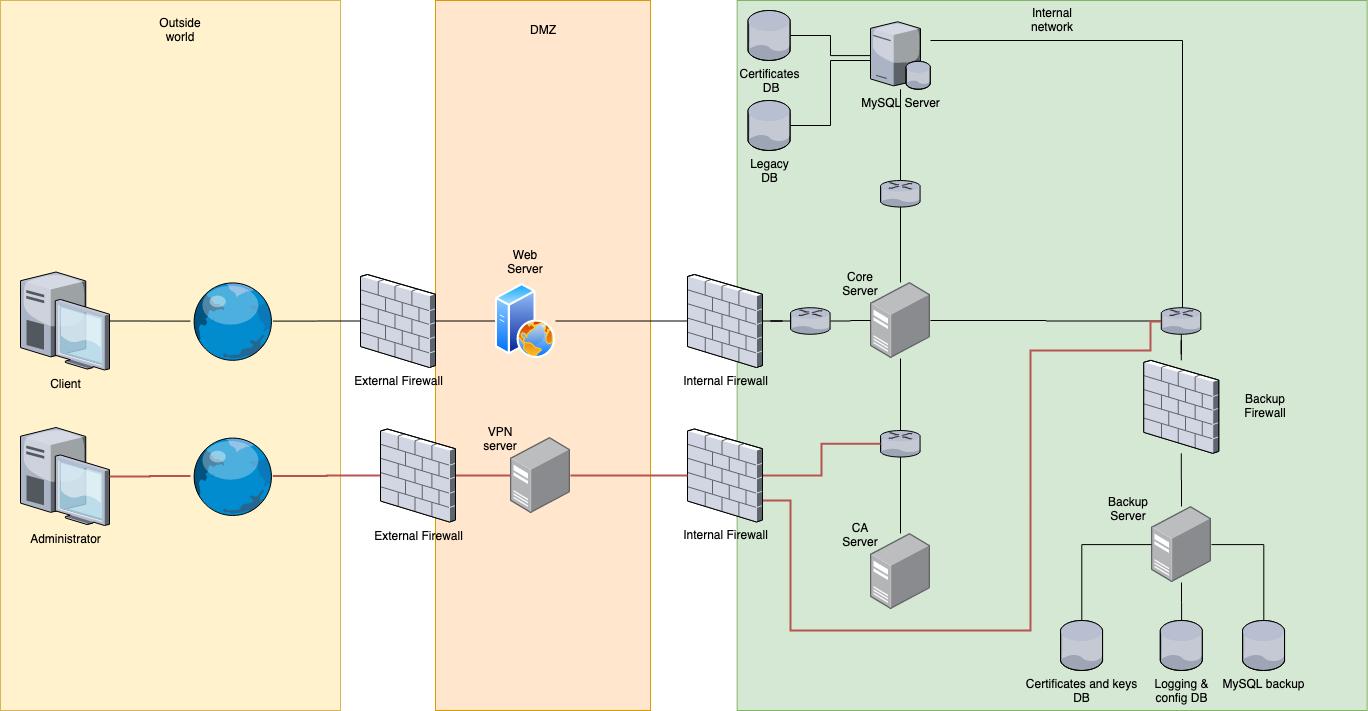
The draw.io diagram doc/network_plan/sketch_network.png in ManuelMeinen/Applied-Security-Lab, before a commit. Source tidied: cells renumbered, new cells last; positions are measured from the earlier drawing's top-left corner, leaving out a move shared by most shapes. The source it was exported from:
```xml
<mxGraphModel>
  <root>
    <mxCell id="0" style="html=1;" />
    <mxCell id="1" style="html=1;" parent="0" />
    <mxCell id="2" style="rounded=0;whiteSpace=wrap;html=1;fillColor=#fff2cc;strokeColor=#d6b656;" parent="1" vertex="1">
      <mxGeometry width="340" height="710" as="geometry" />
    </mxCell>
    <mxCell id="3" style="rounded=0;whiteSpace=wrap;html=1;fillColor=#d5e8d4;strokeColor=#82b366;" parent="1" vertex="1">
      <mxGeometry x="736.7" width="630" height="710" as="geometry" />
    </mxCell>
    <mxCell id="4" style="rounded=0;whiteSpace=wrap;html=1;fillColor=#ffe6cc;strokeColor=#d79b00;" parent="1" vertex="1">
      <mxGeometry x="435" width="215" height="710" as="geometry" />
    </mxCell>
    <mxCell id="5" style="edgeStyle=orthogonalEdgeStyle;rounded=0;jettySize=auto;html=1;endArrow=none;endFill=0;" parent="1" edge="1" source="6" target="27">
      <mxGeometry relative="1" as="geometry" />
    </mxCell>
    <mxCell id="6" value="Client" style="verticalLabelPosition=bottom;html=1;verticalAlign=top;strokeColor=none;align=center;outlineConnect=0;shape=mxgraph.citrix.desktop;" parent="1" vertex="1">
      <mxGeometry x="20" y="271.5" width="89" height="98" as="geometry" />
    </mxCell>
    <mxCell id="7" style="edgeStyle=orthogonalEdgeStyle;rounded=0;jettySize=auto;html=1;endArrow=none;endFill=0;" parent="1" edge="1" source="8" target="67">
      <mxGeometry relative="1" as="geometry" />
    </mxCell>
    <mxCell id="8" value="External Firewall" style="verticalLabelPosition=bottom;html=1;verticalAlign=top;strokeColor=none;align=center;outlineConnect=0;shape=mxgraph.citrix.firewall;" parent="1" vertex="1">
      <mxGeometry x="360" y="274" width="75" height="93" as="geometry" />
    </mxCell>
    <mxCell id="9" style="edgeStyle=orthogonalEdgeStyle;rounded=0;jettySize=auto;html=1;endArrow=none;endFill=0;" parent="1" edge="1" source="67" target="22">
      <mxGeometry relative="1" as="geometry" />
    </mxCell>
    <mxCell id="10" value="DMZ" style="text;html=1;strokeColor=none;fillColor=none;align=center;verticalAlign=middle;whiteSpace=wrap;rounded=0;" parent="1" vertex="1">
      <mxGeometry x="522.5" y="20" width="40" height="20" as="geometry" />
    </mxCell>
    <mxCell id="11" style="edgeStyle=orthogonalEdgeStyle;rounded=0;jettySize=auto;html=1;endArrow=none;endFill=0;" parent="1" edge="1" source="13" target="19">
      <mxGeometry relative="1" as="geometry" />
    </mxCell>
    <mxCell id="12" style="edgeStyle=orthogonalEdgeStyle;rounded=0;jettySize=auto;html=1;endArrow=none;endFill=0;" parent="1" edge="1" source="13" target="32">
      <mxGeometry relative="1" as="geometry">
        <Array as="points">
          <mxPoint x="1182" y="40" />
        </Array>
      </mxGeometry>
    </mxCell>
    <mxCell id="13" value="&lt;div&gt;MySQL Server&lt;/div&gt;&lt;div&gt;&lt;br&gt;&lt;/div&gt;" style="verticalLabelPosition=bottom;html=1;verticalAlign=top;strokeColor=none;align=center;outlineConnect=0;shape=mxgraph.citrix.database_server;" parent="1" vertex="1">
      <mxGeometry x="870" y="21.2" width="60" height="67.5" as="geometry" />
    </mxCell>
    <mxCell id="14" value="Internal network" style="text;html=1;strokeColor=none;fillColor=none;align=center;verticalAlign=middle;whiteSpace=wrap;rounded=0;" parent="1" vertex="1">
      <mxGeometry x="1031.7" y="10" width="40" height="20" as="geometry" />
    </mxCell>
    <mxCell id="15" style="edgeStyle=orthogonalEdgeStyle;rounded=0;orthogonalLoop=1;jettySize=auto;html=1;endArrow=none;endFill=0;" parent="1" edge="1">
      <mxGeometry relative="1" as="geometry">
        <mxPoint x="799.3" y="626" as="targetPoint" />
      </mxGeometry>
    </mxCell>
    <mxCell id="16" style="group;" parent="1" vertex="1">
      <mxGeometry x="840" y="274" width="90" height="84" as="geometry" />
    </mxCell>
    <mxCell id="17" style="points=[];html=1;align=center;shadow=0;dashed=0;image;image=img/lib/allied_telesis/computer_and_terminals/Server_Desktop.svg;" parent="16" vertex="1">
      <mxGeometry x="30" y="7.9" width="60" height="76.1" as="geometry" />
    </mxCell>
    <mxCell id="18" value="Core Server" style="text;html=1;strokeColor=none;fillColor=none;align=center;verticalAlign=middle;whiteSpace=wrap;rounded=0;" parent="16" vertex="1">
      <mxGeometry width="40" height="20" as="geometry" />
    </mxCell>
    <mxCell id="19" style="verticalLabelPosition=bottom;html=1;verticalAlign=top;strokeColor=none;align=center;outlineConnect=0;shape=mxgraph.citrix.router;" parent="1" vertex="1">
      <mxGeometry x="880" y="180" width="40" height="26.6" as="geometry" />
    </mxCell>
    <mxCell id="20" style="edgeStyle=orthogonalEdgeStyle;rounded=0;jettySize=auto;html=1;endArrow=none;endFill=0;" parent="1" edge="1" source="17" target="19">
      <mxGeometry relative="1" as="geometry" />
    </mxCell>
    <mxCell id="21" style="edgeStyle=orthogonalEdgeStyle;rounded=0;orthogonalLoop=1;jettySize=auto;html=1;endArrow=none;endFill=0;" parent="1" edge="1">
      <mxGeometry relative="1" as="geometry">
        <mxPoint x="900" y="462.5" as="sourcePoint" />
      </mxGeometry>
    </mxCell>
    <mxCell id="22" value="Internal Firewall" style="verticalLabelPosition=bottom;html=1;verticalAlign=top;strokeColor=none;align=center;outlineConnect=0;shape=mxgraph.citrix.firewall;" parent="1" vertex="1">
      <mxGeometry x="687" y="274" width="75" height="93" as="geometry" />
    </mxCell>
    <mxCell id="23" value="Outside world" style="text;html=1;strokeColor=none;fillColor=none;align=center;verticalAlign=middle;whiteSpace=wrap;rounded=0;" parent="1" vertex="1">
      <mxGeometry x="160" y="20" width="40" height="20" as="geometry" />
    </mxCell>
    <mxCell id="24" style="edgeStyle=orthogonalEdgeStyle;rounded=0;orthogonalLoop=1;jettySize=auto;html=1;endArrow=none;endFill=0;" parent="1" edge="1">
      <mxGeometry relative="1" as="geometry">
        <mxPoint x="900.1" y="626" as="targetPoint" />
      </mxGeometry>
    </mxCell>
    <mxCell id="25" style="edgeStyle=orthogonalEdgeStyle;rounded=0;orthogonalLoop=1;jettySize=auto;html=1;endArrow=none;endFill=0;" parent="1" edge="1">
      <mxGeometry relative="1" as="geometry">
        <mxPoint x="930" y="564.1" as="sourcePoint" />
      </mxGeometry>
    </mxCell>
    <mxCell id="26" style="edgeStyle=orthogonalEdgeStyle;rounded=0;jettySize=auto;html=1;endArrow=none;endFill=0;" parent="1" edge="1" source="27" target="8">
      <mxGeometry relative="1" as="geometry" />
    </mxCell>
    <mxCell id="27" style="verticalLabelPosition=bottom;html=1;verticalAlign=top;strokeColor=none;align=center;outlineConnect=0;shape=mxgraph.citrix.globe;" parent="1" vertex="1">
      <mxGeometry x="190" y="281.2" width="82.3" height="78.7" as="geometry" />
    </mxCell>
    <mxCell id="28" style="group;" parent="1" vertex="1">
      <mxGeometry x="840" y="525" width="90" height="84" as="geometry" />
    </mxCell>
    <mxCell id="29" style="points=[];html=1;align=center;shadow=0;dashed=0;image;image=img/lib/allied_telesis/computer_and_terminals/Server_Desktop.svg;" parent="28" vertex="1">
      <mxGeometry x="30" y="7.9" width="60" height="76.1" as="geometry" />
    </mxCell>
    <mxCell id="30" value="CA&lt;br&gt;Server" style="text;html=1;strokeColor=none;fillColor=none;align=center;verticalAlign=middle;whiteSpace=wrap;rounded=0;" parent="28" vertex="1">
      <mxGeometry width="40" height="20" as="geometry" />
    </mxCell>
    <mxCell id="31" style="edgeStyle=orthogonalEdgeStyle;rounded=0;jettySize=auto;html=1;endArrow=none;endFill=0;" parent="1" edge="1" source="32" target="59">
      <mxGeometry relative="1" as="geometry" />
    </mxCell>
    <mxCell id="32" style="verticalLabelPosition=bottom;html=1;verticalAlign=top;strokeColor=none;align=center;outlineConnect=0;shape=mxgraph.citrix.router;" parent="1" vertex="1">
      <mxGeometry x="1160.8" y="307.2" width="40" height="26.6" as="geometry" />
    </mxCell>
    <mxCell id="33" value="Certificates and keys&lt;br&gt;DB" style="verticalLabelPosition=bottom;html=1;verticalAlign=top;strokeColor=none;align=center;outlineConnect=0;shape=mxgraph.citrix.database;" parent="1" vertex="1">
      <mxGeometry x="1060" y="620" width="42.5" height="50" as="geometry" />
    </mxCell>
    <mxCell id="34" value="Logging &amp;amp;&lt;br&gt;config DB" style="verticalLabelPosition=bottom;html=1;verticalAlign=top;strokeColor=none;align=center;outlineConnect=0;shape=mxgraph.citrix.database;" parent="1" vertex="1">
      <mxGeometry x="1159.8" y="620" width="42.5" height="50" as="geometry" />
    </mxCell>
    <mxCell id="35" style="group;" parent="1" vertex="1">
      <mxGeometry x="1108" y="499" width="103" height="83" as="geometry" />
    </mxCell>
    <mxCell id="36" style="points=[];html=1;align=center;shadow=0;dashed=0;image;image=img/lib/allied_telesis/computer_and_terminals/Server_Desktop.svg;" parent="35" vertex="1">
      <mxGeometry x="43" y="7" width="60" height="76.1" as="geometry" />
    </mxCell>
    <mxCell id="37" value="Backup Server" style="text;html=1;strokeColor=none;fillColor=none;align=center;verticalAlign=middle;whiteSpace=wrap;rounded=0;" parent="35" vertex="1">
      <mxGeometry width="40" height="20" as="geometry" />
    </mxCell>
    <mxCell id="38" value="MySQL backup" style="verticalLabelPosition=bottom;html=1;verticalAlign=top;strokeColor=none;align=center;outlineConnect=0;shape=mxgraph.citrix.database;" parent="1" vertex="1">
      <mxGeometry x="1242" y="620" width="42.5" height="50" as="geometry" />
    </mxCell>
    <mxCell id="39" style="edgeStyle=orthogonalEdgeStyle;rounded=0;jettySize=auto;html=1;endArrow=none;endFill=0;" parent="1" edge="1" source="17" target="32">
      <mxGeometry relative="1" as="geometry" />
    </mxCell>
    <mxCell id="40" style="edgeStyle=orthogonalEdgeStyle;rounded=0;jettySize=auto;html=1;endArrow=none;endFill=0;" parent="1" edge="1" source="59" target="36">
      <mxGeometry relative="1" as="geometry" />
    </mxCell>
    <mxCell id="41" style="edgeStyle=orthogonalEdgeStyle;rounded=0;jettySize=auto;html=1;endArrow=none;endFill=0;" parent="1" edge="1" source="36" target="33">
      <mxGeometry relative="1" as="geometry" />
    </mxCell>
    <mxCell id="42" style="edgeStyle=orthogonalEdgeStyle;rounded=0;jettySize=auto;html=1;endArrow=none;endFill=0;" parent="1" edge="1" source="36" target="34">
      <mxGeometry relative="1" as="geometry" />
    </mxCell>
    <mxCell id="43" style="edgeStyle=orthogonalEdgeStyle;rounded=0;jettySize=auto;html=1;endArrow=none;endFill=0;" parent="1" edge="1" source="36" target="38">
      <mxGeometry relative="1" as="geometry" />
    </mxCell>
    <mxCell id="44" style="edgeStyle=orthogonalEdgeStyle;rounded=0;jettySize=auto;html=1;endArrow=none;endFill=0;" parent="1" edge="1" source="45" target="17">
      <mxGeometry relative="1" as="geometry" />
    </mxCell>
    <mxCell id="45" style="verticalLabelPosition=bottom;html=1;verticalAlign=top;strokeColor=none;align=center;outlineConnect=0;shape=mxgraph.citrix.router;" parent="1" vertex="1">
      <mxGeometry x="880" y="430" width="40" height="26.6" as="geometry" />
    </mxCell>
    <mxCell id="46" style="edgeStyle=orthogonalEdgeStyle;rounded=0;jettySize=auto;html=1;endArrow=none;endFill=0;" parent="1" edge="1" source="29" target="45">
      <mxGeometry relative="1" as="geometry" />
    </mxCell>
    <mxCell id="47" style="group;" parent="1" vertex="1">
      <mxGeometry x="480" y="429" width="90" height="84" as="geometry" />
    </mxCell>
    <mxCell id="48" style="points=[];html=1;align=center;shadow=0;dashed=0;image;image=img/lib/allied_telesis/computer_and_terminals/Server_Desktop.svg;" parent="47" vertex="1">
      <mxGeometry x="30" y="7.9" width="60" height="76.1" as="geometry" />
    </mxCell>
    <mxCell id="49" value="VPN server" style="text;html=1;strokeColor=none;fillColor=none;align=center;verticalAlign=middle;whiteSpace=wrap;rounded=0;" parent="47" vertex="1">
      <mxGeometry width="40" height="20" as="geometry" />
    </mxCell>
    <mxCell id="50" style="edgeStyle=orthogonalEdgeStyle;rounded=0;jettySize=auto;html=1;endArrow=none;endFill=0;fillColor=#f8cecc;strokeColor=#b85450;strokeWidth=2;" parent="1" edge="1" source="52" target="45">
      <mxGeometry relative="1" as="geometry" />
    </mxCell>
    <mxCell id="51" style="edgeStyle=orthogonalEdgeStyle;rounded=0;jettySize=auto;html=1;endArrow=none;endFill=0;strokeWidth=2;fillColor=#f8cecc;strokeColor=#b85450;" parent="1" edge="1" source="52" target="32">
      <mxGeometry relative="1" as="geometry">
        <Array as="points">
          <mxPoint x="790" y="500" />
          <mxPoint x="790" y="630" />
          <mxPoint x="1030" y="630" />
          <mxPoint x="1030" y="350" />
          <mxPoint x="1150" y="350" />
          <mxPoint x="1150" y="321" />
        </Array>
      </mxGeometry>
    </mxCell>
    <mxCell id="52" value="Internal Firewall" style="verticalLabelPosition=bottom;html=1;verticalAlign=top;strokeColor=none;align=center;outlineConnect=0;shape=mxgraph.citrix.firewall;" parent="1" vertex="1">
      <mxGeometry x="687" y="428.5" width="75" height="93" as="geometry" />
    </mxCell>
    <mxCell id="53" style="edgeStyle=orthogonalEdgeStyle;rounded=0;jettySize=auto;html=1;endArrow=none;endFill=0;fillColor=#f8cecc;strokeColor=#b85450;strokeWidth=2;" parent="1" edge="1" source="48" target="52">
      <mxGeometry relative="1" as="geometry" />
    </mxCell>
    <mxCell id="54" value="Administrator" style="verticalLabelPosition=bottom;html=1;verticalAlign=top;strokeColor=none;align=center;outlineConnect=0;shape=mxgraph.citrix.desktop;" parent="1" vertex="1">
      <mxGeometry x="20" y="427" width="89" height="98" as="geometry" />
    </mxCell>
    <mxCell id="55" style="edgeStyle=orthogonalEdgeStyle;rounded=0;jettySize=auto;html=1;endArrow=none;endFill=0;strokeWidth=2;fillColor=#f8cecc;strokeColor=#b85450;" parent="1" edge="1" source="56" target="62">
      <mxGeometry relative="1" as="geometry" />
    </mxCell>
    <mxCell id="56" style="verticalLabelPosition=bottom;html=1;verticalAlign=top;strokeColor=none;align=center;outlineConnect=0;shape=mxgraph.citrix.globe;" parent="1" vertex="1">
      <mxGeometry x="190" y="436.3" width="82.3" height="78.7" as="geometry" />
    </mxCell>
    <mxCell id="57" style="edgeStyle=orthogonalEdgeStyle;rounded=0;jettySize=auto;html=1;endArrow=none;endFill=0;strokeWidth=2;fillColor=#f8cecc;strokeColor=#b85450;" parent="1" edge="1" source="54" target="56">
      <mxGeometry relative="1" as="geometry" />
    </mxCell>
    <mxCell id="58" style="group;" parent="1" vertex="1">
      <mxGeometry x="1143.2" y="359.8" width="141.2" height="93" as="geometry" />
    </mxCell>
    <mxCell id="59" style="verticalLabelPosition=bottom;html=1;verticalAlign=top;strokeColor=none;align=center;outlineConnect=0;shape=mxgraph.citrix.firewall;" parent="58" vertex="1">
      <mxGeometry width="75" height="93" as="geometry" />
    </mxCell>
    <mxCell id="60" value="Backup Firewall" style="text;html=1;strokeColor=none;fillColor=none;align=center;verticalAlign=middle;whiteSpace=wrap;rounded=0;" parent="58" vertex="1">
      <mxGeometry x="101.2" y="36.5" width="40" height="20" as="geometry" />
    </mxCell>
    <mxCell id="61" style="edgeStyle=orthogonalEdgeStyle;rounded=0;jettySize=auto;html=1;endArrow=none;endFill=0;strokeWidth=2;fillColor=#f8cecc;strokeColor=#b85450;" parent="1" edge="1" source="62" target="48">
      <mxGeometry relative="1" as="geometry" />
    </mxCell>
    <mxCell id="62" value="External Firewall" style="verticalLabelPosition=bottom;html=1;verticalAlign=top;strokeColor=none;align=center;outlineConnect=0;shape=mxgraph.citrix.firewall;" parent="1" vertex="1">
      <mxGeometry x="380" y="428.5" width="75" height="93" as="geometry" />
    </mxCell>
    <mxCell id="63" style="edgeStyle=orthogonalEdgeStyle;rounded=0;jettySize=auto;html=1;endArrow=none;endFill=0;" parent="1" edge="1" source="64" target="17">
      <mxGeometry relative="1" as="geometry" />
    </mxCell>
    <mxCell id="64" style="verticalLabelPosition=bottom;html=1;verticalAlign=top;strokeColor=none;align=center;outlineConnect=0;shape=mxgraph.citrix.router;" parent="1" vertex="1">
      <mxGeometry x="790" y="307.2" width="40" height="26.6" as="geometry" />
    </mxCell>
    <mxCell id="65" style="edgeStyle=orthogonalEdgeStyle;rounded=0;jettySize=auto;html=1;endArrow=none;endFill=0;" parent="1" edge="1" source="22" target="64">
      <mxGeometry relative="1" as="geometry" />
    </mxCell>
    <mxCell id="66" style="group;" parent="1" vertex="1">
      <mxGeometry x="495" y="251.5" width="60" height="106.5" as="geometry" />
    </mxCell>
    <mxCell id="67" style="perimeter=ellipsePerimeter;html=1;align=center;shadow=0;dashed=0;spacingTop=3;image;image=img/lib/active_directory/web_server.svg;" parent="66" vertex="1">
      <mxGeometry y="31.5" width="60" height="75" as="geometry" />
    </mxCell>
    <mxCell id="68" value="Web Server" style="text;html=1;strokeColor=none;fillColor=none;align=center;verticalAlign=middle;whiteSpace=wrap;rounded=0;" parent="66" vertex="1">
      <mxGeometry x="10" width="40" height="20" as="geometry" />
    </mxCell>
    <mxCell id="69" style="edgeStyle=orthogonalEdgeStyle;rounded=0;jettySize=auto;html=1;endArrow=none;endFill=0;" parent="1" edge="1" source="70" target="13">
      <mxGeometry relative="1" as="geometry" />
    </mxCell>
    <mxCell id="70" value="&lt;div&gt;Certificates&lt;/div&gt;&amp;nbsp;DB" style="verticalLabelPosition=bottom;html=1;verticalAlign=top;strokeColor=none;align=center;outlineConnect=0;shape=mxgraph.citrix.database;" parent="1" vertex="1">
      <mxGeometry x="747.5" y="10" width="42.5" height="50" as="geometry" />
    </mxCell>
    <mxCell id="71" style="edgeStyle=orthogonalEdgeStyle;rounded=0;jettySize=auto;html=1;endArrow=none;endFill=0;" parent="1" edge="1" source="72">
      <mxGeometry relative="1" as="geometry">
        <mxPoint x="870" y="60" as="targetPoint" />
        <Array as="points">
          <mxPoint x="830" y="125" />
          <mxPoint x="830" y="60" />
        </Array>
      </mxGeometry>
    </mxCell>
    <mxCell id="72" value="&lt;div&gt;Legacy &lt;br&gt;&lt;/div&gt;&lt;div&gt;DB&lt;/div&gt;" style="verticalLabelPosition=bottom;html=1;verticalAlign=top;strokeColor=none;align=center;outlineConnect=0;shape=mxgraph.citrix.database;" parent="1" vertex="1">
      <mxGeometry x="747.5" y="100" width="42.5" height="50" as="geometry" />
    </mxCell>
  </root>
</mxGraphModel>
```
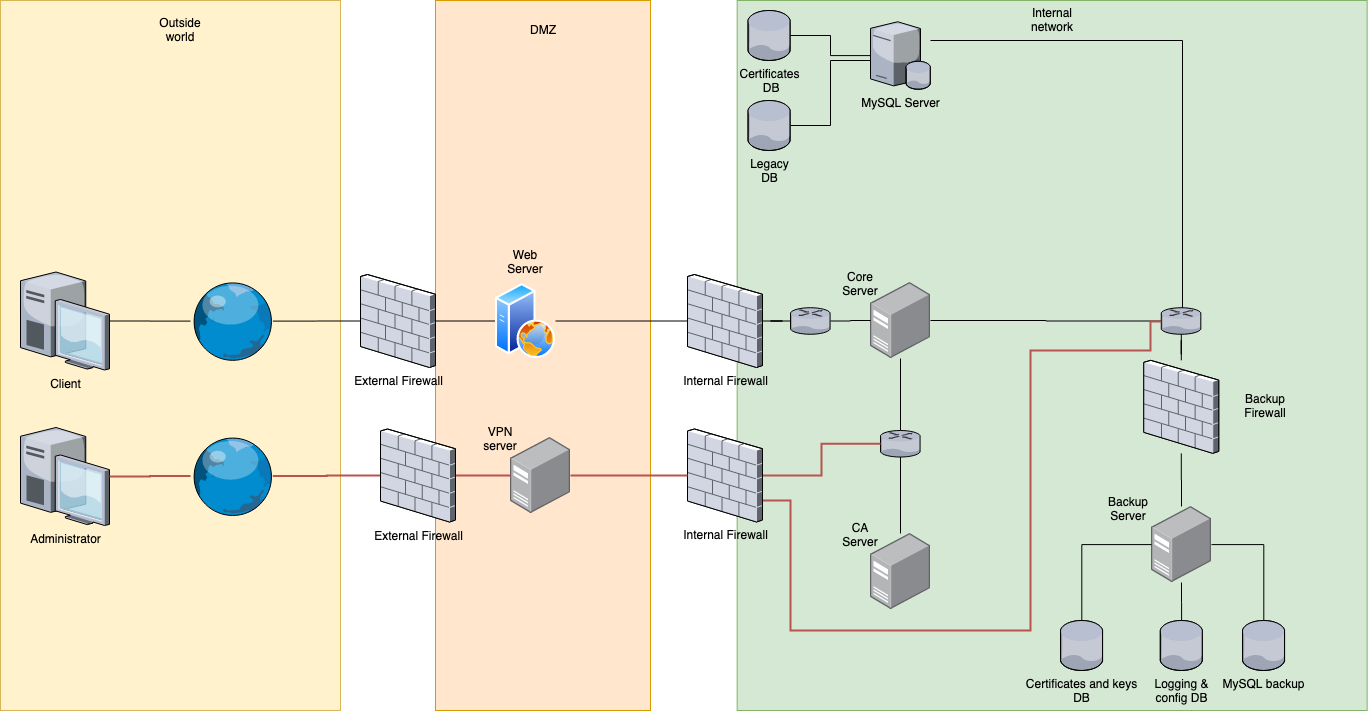
Later version of the same file.

Commit message:
Suppress unnessary router

Change to the diagram source:
```diff
@@ -29,9 +29,6 @@
     <mxCell id="10" value="DMZ" style="text;html=1;strokeColor=none;fillColor=none;align=center;verticalAlign=middle;whiteSpace=wrap;rounded=0;" parent="1" vertex="1">
       <mxGeometry x="522.5" y="20" width="40" height="20" as="geometry" />
     </mxCell>
-    <mxCell id="11" style="edgeStyle=orthogonalEdgeStyle;rounded=0;jettySize=auto;html=1;endArrow=none;endFill=0;" parent="1" edge="1" source="13" target="19">
-      <mxGeometry relative="1" as="geometry" />
-    </mxCell>
     <mxCell id="12" style="edgeStyle=orthogonalEdgeStyle;rounded=0;jettySize=auto;html=1;endArrow=none;endFill=0;" parent="1" edge="1" source="13" target="32">
       <mxGeometry relative="1" as="geometry">
         <Array as="points">
@@ -59,12 +56,6 @@
     <mxCell id="18" value="Core Server" style="text;html=1;strokeColor=none;fillColor=none;align=center;verticalAlign=middle;whiteSpace=wrap;rounded=0;" parent="16" vertex="1">
       <mxGeometry width="40" height="20" as="geometry" />
     </mxCell>
-    <mxCell id="19" style="verticalLabelPosition=bottom;html=1;verticalAlign=top;strokeColor=none;align=center;outlineConnect=0;shape=mxgraph.citrix.router;" parent="1" vertex="1">
-      <mxGeometry x="880" y="180" width="40" height="26.6" as="geometry" />
-    </mxCell>
-    <mxCell id="20" style="edgeStyle=orthogonalEdgeStyle;rounded=0;jettySize=auto;html=1;endArrow=none;endFill=0;" parent="1" edge="1" source="17" target="19">
-      <mxGeometry relative="1" as="geometry" />
-    </mxCell>
     <mxCell id="21" style="edgeStyle=orthogonalEdgeStyle;rounded=0;orthogonalLoop=1;jettySize=auto;html=1;endArrow=none;endFill=0;" parent="1" edge="1">
       <mxGeometry relative="1" as="geometry">
         <mxPoint x="900" y="462.5" as="sourcePoint" />
```
